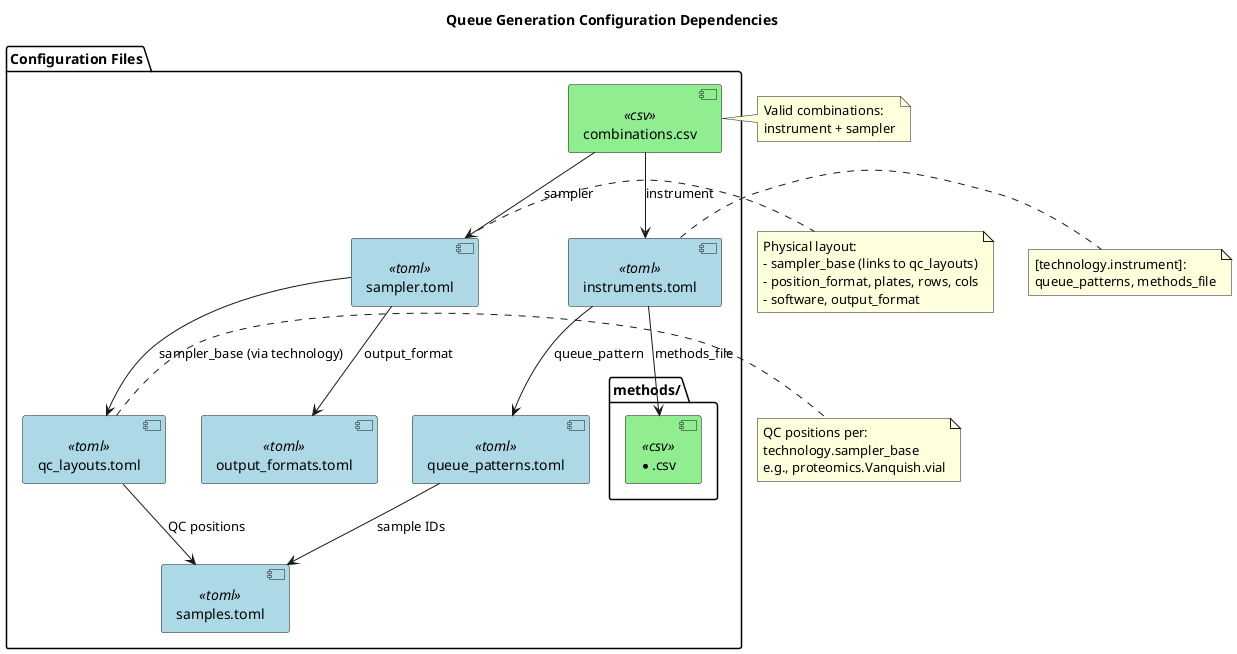
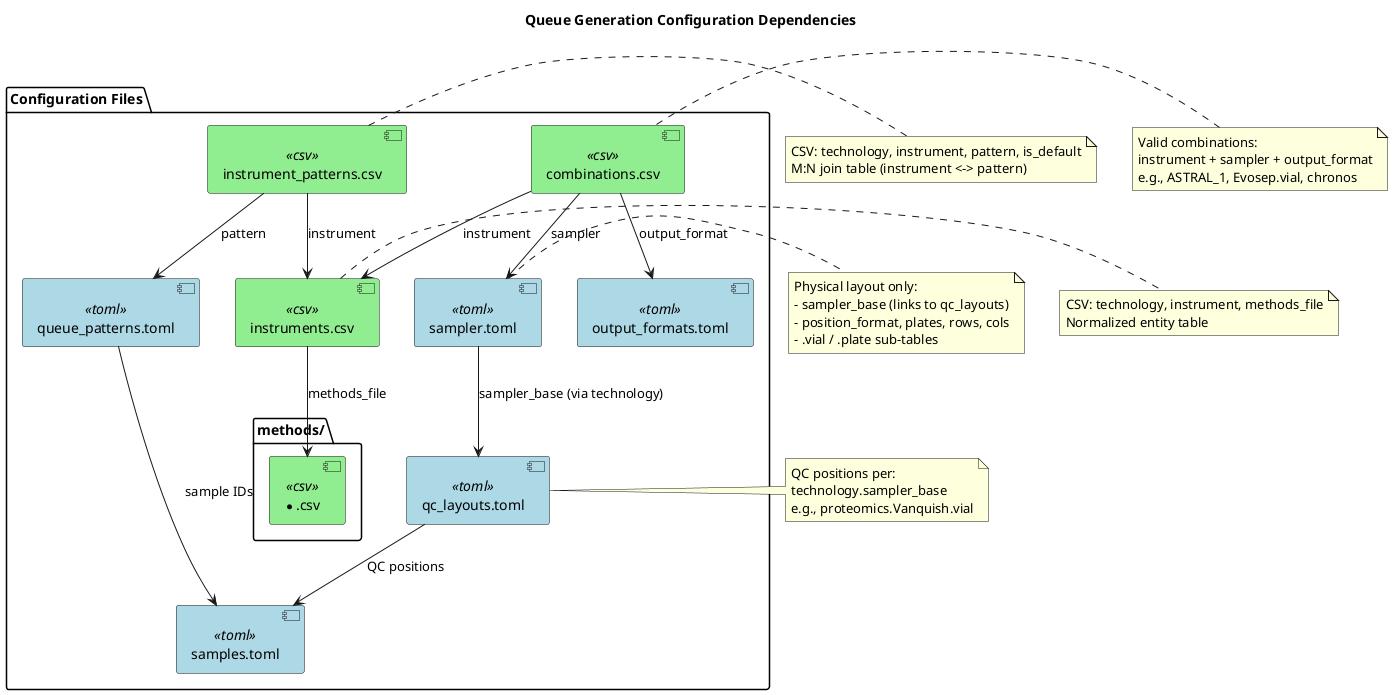
@startuml config_dependencies

title Queue Generation Configuration Dependencies

skinparam component {
    BackgroundColor<<toml>> LightBlue
    BackgroundColor<<csv>> LightGreen
}

package "Configuration Files" {
-     [instruments.toml] <<toml>> as INST
+     [instruments.csv] <<csv>> as INST
+     [instrument_patterns.csv] <<csv>> as INSTPAT
    [combinations.csv] <<csv>> as COMB
    [sampler.toml] <<toml>> as SAMP
    [qc_layouts.toml] <<toml>> as QCLAYOUT
    [output_formats.toml] <<toml>> as FMT
    [queue_patterns.toml] <<toml>> as PATTERNS
    [samples.toml] <<toml>> as SAMPLES

    folder "methods/" {
        [*.csv] <<csv>> as METHODS
    }
}

' Dependencies
COMB --> INST : instrument
COMB --> SAMP : sampler
- SAMP --> FMT : output_format
+ COMB --> FMT : output_format
SAMP --> QCLAYOUT : sampler_base (via technology)
- INST --> PATTERNS : queue_pattern
+ INSTPAT --> INST : instrument
+ INSTPAT --> PATTERNS : pattern
INST --> METHODS : methods_file
PATTERNS --> SAMPLES : sample IDs
QCLAYOUT --> SAMPLES : QC positions

note right of COMB
  Valid combinations:
-   instrument + sampler
+   instrument + sampler + output_format
+   e.g., ASTRAL_1, Evosep.vial, chronos
end note

note right of SAMP
-   Physical layout:
+   Physical layout only:
  - sampler_base (links to qc_layouts)
  - position_format, plates, rows, cols
-   - software, output_format
+   - .vial / .plate sub-tables
end note

note right of QCLAYOUT
  QC positions per:
  technology.sampler_base
  e.g., proteomics.Vanquish.vial
end note

note right of INST
-   [technology.instrument]:
-   queue_patterns, methods_file
+   CSV: technology, instrument, methods_file
+   Normalized entity table
+ end note
+ 
+ note right of INSTPAT
+   CSV: technology, instrument, pattern, is_default
+   M:N join table (instrument <-> pattern)
end note

@enduml
